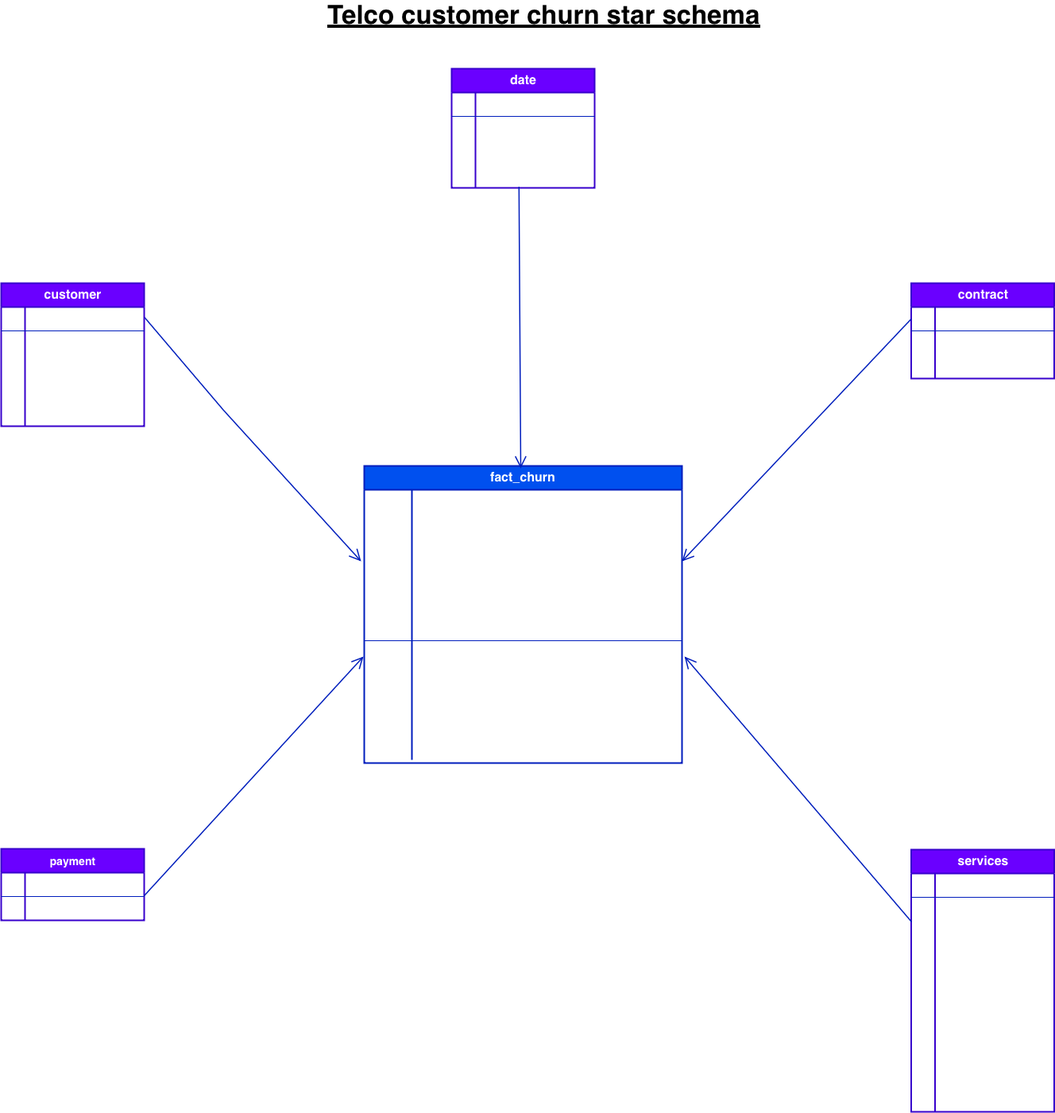
Earlier version of the draw.io export telco_customer_churn_star_schema.png (tshikositshifhiwa4-cmyk/data_warehouse_designs). Source tidied: cells renumbered, new cells last; positions are measured from the earlier drawing's top-left corner, leaving out a move shared by most shapes.
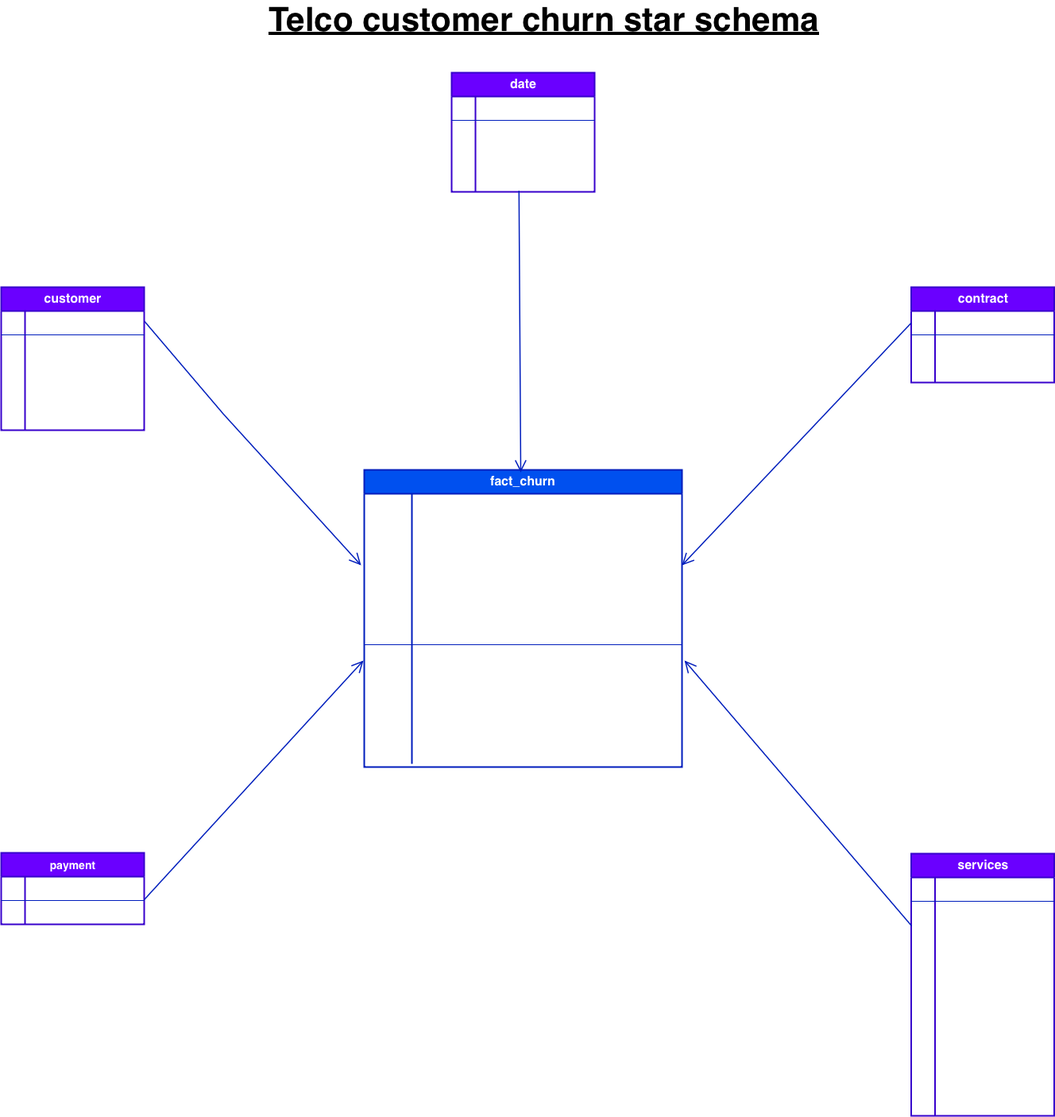
The same diagram one commit later.

Change to the diagram source:
```diff
@@ -292,7 +292,7 @@
     <mxCell id="93" value="&lt;font style=&quot;font-size: 14px;&quot;&gt;dependents&lt;/font&gt;" style="shape=partialRectangle;fillColor=none;top=0;left=0;bottom=0;right=0;align=left;spacingLeft=6;overflow=hidden;whiteSpace=wrap;html=1;fontColor=light-dark(#ffffff, #000000);strokeColor=light-dark(#001DBC,#000000);fontStyle=1;" parent="91" vertex="1">
       <mxGeometry x="30" width="150" height="30" as="geometry" />
     </mxCell>
-    <mxCell id="94" value="&lt;b style=&quot;caret-color: rgb(0, 0, 0); color: light-dark(rgb(0, 0, 0), rgb(0, 0, 0));&quot;&gt;&lt;u&gt;&lt;font style=&quot;font-size: 33px;&quot;&gt;Telco customer churn star schema&lt;/font&gt;&lt;/u&gt;&lt;/b&gt;" style="text;html=1;whiteSpace=wrap;strokeColor=none;fillColor=none;align=center;verticalAlign=middle;rounded=0;fontSize=17;" parent="1" vertex="1">
+    <mxCell id="94" value="&lt;b style=&quot;caret-color: rgb(0, 0, 0); color: light-dark(rgb(0, 0, 0), rgb(0, 0, 0));&quot;&gt;&lt;u&gt;&lt;font style=&quot;font-size: 42px;&quot;&gt;Telco customer churn star schema&lt;/font&gt;&lt;/u&gt;&lt;/b&gt;" style="text;html=1;whiteSpace=wrap;strokeColor=none;fillColor=none;align=center;verticalAlign=middle;rounded=0;fontSize=17;" parent="1" vertex="1">
       <mxGeometry x="326" width="715" height="30" as="geometry" />
     </mxCell>
   </root>
```
